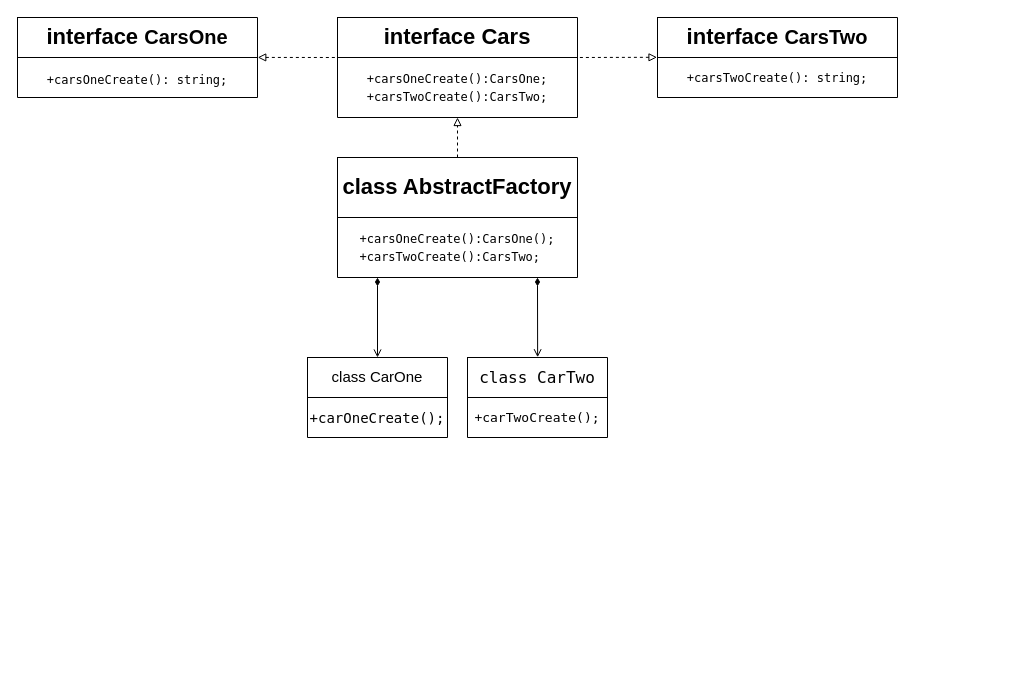
Above: page "AbstractFabric" (2 of 5) of Creational/diagrams/diagram.drawio in kruzhambus/patterns-ts (draw.io), before the change. Source tidied: cells renumbered, new cells numbered last; positions are measured from the earlier drawing's top-left corner, leaving out a move shared by most shapes. Both pictures are drawn from the tidied source at 100%, with x=0, y=0 at pixel (17, 17).
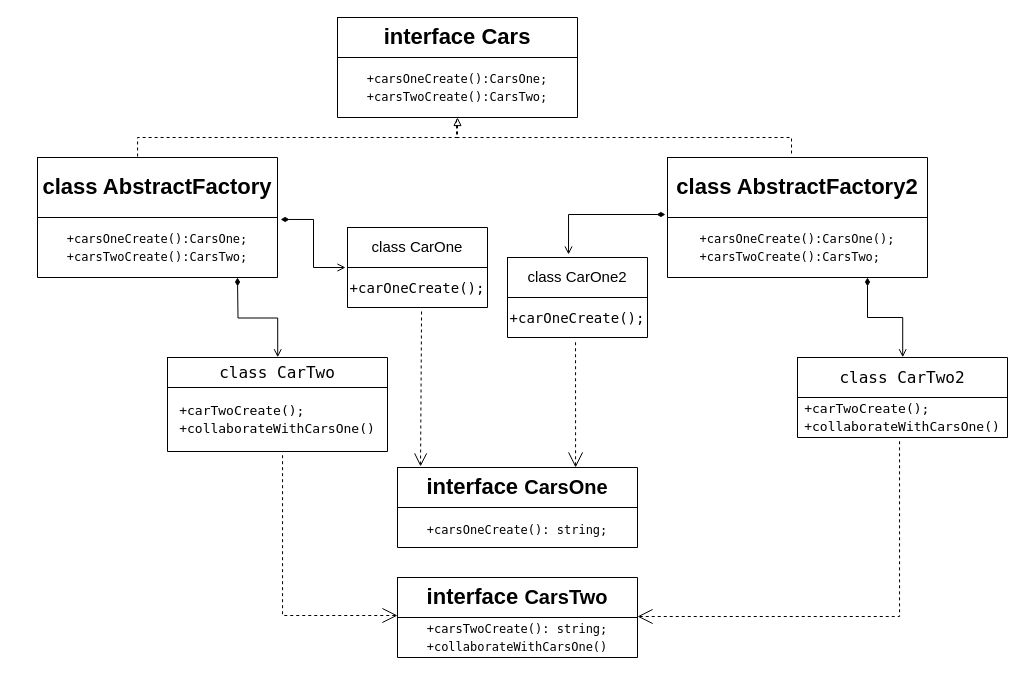
Above is the later version.

Unchanged cells that the change refers to:
```xml
<mxCell id="7" style="shape=partialRectangle;fillColor=none;top=0;left=0;bottom=0;right=0;points=[[0,0.5],[1,0.5]];portConstraint=eastwest;rounded=0;shadow=0;glass=0;sketch=0;" parent="6" vertex="1">
  <mxGeometry width="240" height="40" as="geometry" />
</mxCell>
<mxCell id="9" style="shape=partialRectangle;fillColor=none;top=0;left=0;bottom=0;right=0;points=[[0,0.5],[1,0.5]];portConstraint=eastwest;rounded=0;shadow=0;glass=0;sketch=0;" parent="6" vertex="1">
  <mxGeometry y="40" width="240" height="60" as="geometry" />
</mxCell>
<mxCell id="12" style="shape=partialRectangle;fillColor=none;top=0;left=0;bottom=0;right=0;points=[[0,0.5],[1,0.5]];portConstraint=eastwest;rounded=0;shadow=0;glass=0;sketch=0;fontSize=22;" parent="11" vertex="1">
  <mxGeometry width="240" height="40" as="geometry" />
</mxCell>
<mxCell id="14" style="shape=partialRectangle;fillColor=none;top=0;left=0;bottom=0;right=0;points=[[0,0.5],[1,0.5]];portConstraint=eastwest;rounded=0;shadow=0;glass=0;sketch=0;fontSize=22;" parent="11" vertex="1">
  <mxGeometry y="40" width="240" height="40" as="geometry" />
</mxCell>
<mxCell id="17" style="shape=partialRectangle;fillColor=none;top=0;left=0;bottom=0;right=0;points=[[0,0.5],[1,0.5]];portConstraint=eastwest;rounded=0;shadow=0;glass=0;sketch=0;fontSize=22;" parent="16" vertex="1">
  <mxGeometry width="240" height="40" as="geometry" />
</mxCell>
<mxCell id="19" style="shape=partialRectangle;fillColor=none;top=0;left=0;bottom=0;right=0;rounded=0;shadow=0;glass=0;sketch=0;fontSize=22;" parent="16" vertex="1">
  <mxGeometry y="40" width="240" height="40" as="geometry" />
</mxCell>
<mxCell id="22" style="shape=partialRectangle;fillColor=none;top=0;left=0;bottom=0;right=0;points=[[0,0.5],[1,0.5]];portConstraint=eastwest;rounded=0;shadow=0;glass=0;sketch=0;fontSize=22;" parent="21" vertex="1">
  <mxGeometry width="240" height="60" as="geometry" />
</mxCell>
<mxCell id="24" style="shape=partialRectangle;fillColor=none;top=0;left=0;bottom=0;right=0;points=[[0,0.5],[1,0.5]];portConstraint=eastwest;rounded=0;shadow=0;glass=0;sketch=0;fontSize=22;" parent="21" vertex="1">
  <mxGeometry y="60" width="240" height="60" as="geometry" />
</mxCell>
<mxCell id="29" style="shape=partialRectangle;fillColor=none;top=0;left=0;bottom=0;right=0;points=[[0,0.5],[1,0.5]];portConstraint=eastwest;rounded=0;shadow=0;glass=0;sketch=0;fontFamily=Helvetica;fontSize=17;" parent="26" vertex="1">
  <mxGeometry y="40" width="140" height="40" as="geometry" />
</mxCell>
```

The edit, as a diff of the source:
```diff
@@
-    <mxCell id="2" style="endArrow=none;dashed=1;html=1;rounded=0;fontSize=20;fontColor=#000000;entryX=0.998;entryY=1;entryDx=0;entryDy=0;exitX=-0.002;exitY=0.995;exitDx=0;exitDy=0;exitPerimeter=0;entryPerimeter=0;startArrow=block;startFill=0;" parent="1" edge="1" source="17" target="7">
-      <mxGeometry relative="1" as="geometry" />
-    </mxCell>
-    <mxCell id="3" style="endArrow=none;dashed=1;html=1;rounded=0;fontSize=20;fontColor=#000000;entryX=0.003;entryY=0;entryDx=0;entryDy=0;entryPerimeter=0;startArrow=block;exitX=1.001;exitY=-0.002;exitDx=0;exitDy=0;exitPerimeter=0;endFill=0;startFill=0;" parent="1" edge="1" source="14" target="9">
-      <mxGeometry relative="1" as="geometry" />
-    </mxCell>
-    <mxCell id="4" style="endArrow=block;dashed=1;html=1;rounded=0;fontSize=20;fontColor=#000000;entryX=0.5;entryY=1;entryDx=0;entryDy=0;entryPerimeter=0;endFill=0;" parent="1" edge="1" target="9">
-      <mxGeometry relative="1" as="geometry">
-        <mxPoint x="440" y="140" as="sourcePoint" />
-      </mxGeometry>
+    <mxCell id="4" style="endArrow=block;dashed=1;html=1;rounded=0;fontSize=20;fontColor=#000000;entryX=0.5;entryY=1;entryDx=0;entryDy=0;entryPerimeter=0;endFill=0;exitX=0.417;exitY=-0.017;exitDx=0;exitDy=0;exitPerimeter=0;edgeStyle=orthogonalEdgeStyle;" parent="1" edge="1" source="22" target="9">
+      <mxGeometry relative="1" as="geometry" />
     </mxCell>
-    <mxCell id="5" style="endArrow=open;html=1;rounded=0;fontSize=18;fontColor=#000000;entryX=0.501;entryY=-0.006;entryDx=0;entryDy=0;entryPerimeter=0;endFill=0;startArrow=diamondThin;startFill=1;" parent="1" edge="1" target="32">
+    <mxCell id="5" style="endArrow=open;html=1;rounded=0;fontSize=18;fontColor=#000000;entryX=0.501;entryY=-0.006;entryDx=0;entryDy=0;entryPerimeter=0;endFill=0;startArrow=diamondThin;startFill=1;edgeStyle=orthogonalEdgeStyle;" parent="1" edge="1" target="32">
       <mxGeometry relative="1" as="geometry">
-        <mxPoint x="520" y="260" as="sourcePoint" />
+        <mxPoint x="220" y="260" as="sourcePoint" />
       </mxGeometry>
     </mxCell>
@@
     <mxCell id="11" style="shape=table;startSize=0;childLayout=tableLayout;rounded=0;shadow=0;glass=0;sketch=0;fontSize=22;" parent="1" vertex="1">
-      <mxGeometry width="240" height="80" as="geometry" />
+      <mxGeometry x="380" y="450" width="240" height="80" as="geometry" />
     </mxCell>
@@
     <mxCell id="16" style="shape=table;startSize=0;childLayout=tableLayout;rounded=0;shadow=0;glass=0;sketch=0;fontSize=22;" parent="1" vertex="1">
-      <mxGeometry x="640" width="240" height="80" as="geometry" />
+      <mxGeometry x="380" y="560" width="240" height="80" as="geometry" />
     </mxCell>
@@
-    <mxCell id="20" value="&lt;div style=&quot;background-color: rgb(255 , 255 , 255) ; text-align: left ; font-family: &amp;#34;menlo&amp;#34; , &amp;#34;monaco&amp;#34; , &amp;#34;courier new&amp;#34; , monospace ; font-size: 12px ; line-height: 18px&quot;&gt;+carsTwoCreate(): string;&lt;/div&gt;" style="shape=partialRectangle;html=1;whiteSpace=wrap;overflow=hidden;fillColor=none;top=0;left=0;bottom=0;right=0;rounded=0;shadow=0;glass=0;sketch=0;fontSize=22;" parent="19" vertex="1">
+    <mxCell id="20" value="&lt;div style=&quot;background-color: rgb(255 , 255 , 255) ; text-align: left ; font-family: &amp;#34;menlo&amp;#34; , &amp;#34;monaco&amp;#34; , &amp;#34;courier new&amp;#34; , monospace ; font-size: 12px ; line-height: 18px&quot;&gt;+carsTwoCreate(): string;&lt;/div&gt;&lt;div style=&quot;background-color: rgb(255 , 255 , 255) ; text-align: left ; font-family: &amp;#34;menlo&amp;#34; , &amp;#34;monaco&amp;#34; , &amp;#34;courier new&amp;#34; , monospace ; font-size: 12px ; line-height: 18px&quot;&gt;+collaborateWithCarsOne()&lt;/div&gt;" style="shape=partialRectangle;html=1;whiteSpace=wrap;overflow=hidden;fillColor=none;top=0;left=0;bottom=0;right=0;rounded=0;shadow=0;glass=0;sketch=0;fontSize=22;" parent="19" vertex="1">
       <mxGeometry width="240" height="40" as="geometry" />
     </mxCell>
     <mxCell id="21" style="shape=table;startSize=0;childLayout=tableLayout;rounded=0;shadow=0;glass=0;sketch=0;fontSize=22;" parent="1" vertex="1">
-      <mxGeometry x="320" y="140" width="240" height="120" as="geometry" />
+      <mxGeometry x="20" y="140" width="240" height="120" as="geometry" />
     </mxCell>
@@
-    <mxCell id="25" value="&lt;div style=&quot;background-color: rgb(255 , 255 , 255) ; text-align: left ; font-family: &amp;#34;menlo&amp;#34; , &amp;#34;monaco&amp;#34; , &amp;#34;courier new&amp;#34; , monospace ; font-size: 12px ; line-height: 18px&quot;&gt;+carsOneCreate():CarsOne();&lt;/div&gt;&lt;div style=&quot;background-color: rgb(255 , 255 , 255) ; text-align: left ; font-family: &amp;#34;menlo&amp;#34; , &amp;#34;monaco&amp;#34; , &amp;#34;courier new&amp;#34; , monospace ; font-size: 12px ; line-height: 18px&quot;&gt;+carsTwoCreate():CarsTwo;&lt;/div&gt;" style="shape=partialRectangle;html=1;whiteSpace=wrap;overflow=hidden;fillColor=none;top=0;left=0;bottom=0;right=0;rounded=0;shadow=0;glass=0;sketch=0;fontSize=22;" parent="24" vertex="1">
+    <mxCell id="25" value="&lt;div style=&quot;background-color: rgb(255 , 255 , 255) ; text-align: left ; font-family: &amp;#34;menlo&amp;#34; , &amp;#34;monaco&amp;#34; , &amp;#34;courier new&amp;#34; , monospace ; font-size: 12px ; line-height: 18px&quot;&gt;+carsOneCreate():CarsOne;&lt;/div&gt;&lt;div style=&quot;background-color: rgb(255 , 255 , 255) ; text-align: left ; font-family: &amp;#34;menlo&amp;#34; , &amp;#34;monaco&amp;#34; , &amp;#34;courier new&amp;#34; , monospace ; font-size: 12px ; line-height: 18px&quot;&gt;+carsTwoCreate():CarsTwo;&lt;/div&gt;" style="shape=partialRectangle;html=1;whiteSpace=wrap;overflow=hidden;fillColor=none;top=0;left=0;bottom=0;right=0;rounded=0;shadow=0;glass=0;sketch=0;fontSize=22;" parent="24" vertex="1">
       <mxGeometry width="240" height="60" as="geometry" />
     </mxCell>
     <mxCell id="26" style="shape=table;startSize=0;childLayout=tableLayout;rounded=0;shadow=0;glass=0;sketch=0;fontFamily=Helvetica;fontSize=17;" parent="1" vertex="1">
-      <mxGeometry x="290" y="340" width="140" height="80" as="geometry" />
+      <mxGeometry x="330" y="210" width="140" height="80" as="geometry" />
     </mxCell>
@@
     <mxCell id="31" style="shape=table;startSize=0;childLayout=tableLayout;rounded=0;shadow=0;glass=0;sketch=0;fontFamily=Helvetica;fontSize=17;" parent="1" vertex="1">
-      <mxGeometry x="450" y="340" width="140" height="80" as="geometry" />
+      <mxGeometry x="150" y="340" width="220" height="94" as="geometry" />
     </mxCell>
     <mxCell id="32" style="shape=partialRectangle;fillColor=none;top=0;left=0;bottom=0;right=0;points=[[0,0.5],[1,0.5]];portConstraint=eastwest;rounded=0;shadow=0;glass=0;sketch=0;fontFamily=Helvetica;fontSize=17;" parent="31" vertex="1">
-      <mxGeometry width="140" height="40" as="geometry" />
+      <mxGeometry width="220" height="30" as="geometry" />
     </mxCell>
     <mxCell id="33" value="&lt;font face=&quot;menlo, monaco, courier new, monospace&quot;&gt;&lt;span style=&quot;font-size: 16px&quot;&gt;class CarTwo&lt;/span&gt;&lt;/font&gt;" style="shape=partialRectangle;html=1;whiteSpace=wrap;overflow=hidden;fillColor=none;top=0;left=0;bottom=0;right=0;rounded=0;shadow=0;glass=0;sketch=0;fontFamily=Helvetica;fontSize=17;" parent="32" vertex="1">
-      <mxGeometry width="140" height="40" as="geometry" />
+      <mxGeometry width="220" height="30" as="geometry" />
     </mxCell>
     <mxCell id="34" style="shape=partialRectangle;fillColor=none;top=0;left=0;bottom=0;right=0;points=[[0,0.5],[1,0.5]];portConstraint=eastwest;rounded=0;shadow=0;glass=0;sketch=0;fontFamily=Helvetica;fontSize=17;" parent="31" vertex="1">
-      <mxGeometry y="40" width="140" height="40" as="geometry" />
+      <mxGeometry y="30" width="220" height="64" as="geometry" />
     </mxCell>
-    <mxCell id="35" value="&lt;div style=&quot;background-color: rgb(255 , 255 , 255) ; text-align: left ; font-family: &amp;#34;menlo&amp;#34; , &amp;#34;monaco&amp;#34; , &amp;#34;courier new&amp;#34; , monospace ; line-height: 18px ; font-size: 13px&quot;&gt;+carTwoCreate();&lt;/div&gt;" style="shape=partialRectangle;html=1;whiteSpace=wrap;overflow=hidden;fillColor=none;top=0;left=0;bottom=0;right=0;rounded=0;shadow=0;glass=0;sketch=0;fontFamily=Helvetica;fontSize=17;" parent="34" vertex="1">
-      <mxGeometry width="140" height="40" as="geometry" />
+    <mxCell id="35" value="&lt;div style=&quot;background-color: rgb(255 , 255 , 255) ; text-align: left ; font-family: &amp;#34;menlo&amp;#34; , &amp;#34;monaco&amp;#34; , &amp;#34;courier new&amp;#34; , monospace ; line-height: 18px ; font-size: 13px&quot;&gt;+carTwoCreate();&lt;/div&gt;&lt;div style=&quot;background-color: rgb(255 , 255 , 255) ; text-align: left ; font-family: &amp;#34;menlo&amp;#34; , &amp;#34;monaco&amp;#34; , &amp;#34;courier new&amp;#34; , monospace ; line-height: 18px ; font-size: 13px&quot;&gt;+collaborateWithCarsOne()&lt;/div&gt;" style="shape=partialRectangle;html=1;whiteSpace=wrap;overflow=hidden;fillColor=none;top=0;left=0;bottom=0;right=0;rounded=0;shadow=0;glass=0;sketch=0;fontFamily=Helvetica;fontSize=17;" parent="34" vertex="1">
+      <mxGeometry width="220" height="64" as="geometry" />
     </mxCell>
-    <mxCell id="36" style="endArrow=open;html=1;rounded=0;fontFamily=Helvetica;fontSize=14;endFill=0;startArrow=diamondThin;startFill=1;" parent="1" edge="1">
-      <mxGeometry relative="1" as="geometry">
-        <mxPoint x="360" y="260" as="sourcePoint" />
-        <mxPoint x="360" y="340" as="targetPoint" />
-      </mxGeometry>
+    <mxCell id="36" style="endArrow=open;html=1;rounded=0;fontFamily=Helvetica;fontSize=14;endFill=0;startArrow=diamondThin;startFill=1;exitX=1.013;exitY=0.033;exitDx=0;exitDy=0;exitPerimeter=0;entryX=-0.014;entryY=0;entryDx=0;entryDy=0;entryPerimeter=0;edgeStyle=elbowEdgeStyle;" parent="1" edge="1" source="24" target="29">
+      <mxGeometry relative="1" as="geometry" />
     </mxCell>
+    <mxCell id="37" style="endArrow=open;html=1;rounded=0;fontSize=18;fontColor=#000000;entryX=0.501;entryY=-0.006;entryDx=0;entryDy=0;entryPerimeter=0;endFill=0;startArrow=diamondThin;startFill=1;edgeStyle=elbowEdgeStyle;elbow=vertical;" parent="1" edge="1" target="49">
+      <mxGeometry relative="1" as="geometry">
+        <mxPoint x="850" y="260" as="sourcePoint" />
+      </mxGeometry>
+    </mxCell>
+    <mxCell id="38" style="shape=table;startSize=0;childLayout=tableLayout;rounded=0;shadow=0;glass=0;sketch=0;fontSize=22;" parent="1" vertex="1">
+      <mxGeometry x="650" y="140" width="260" height="120" as="geometry" />
+    </mxCell>
+    <mxCell id="39" style="shape=partialRectangle;fillColor=none;top=0;left=0;bottom=0;right=0;points=[[0,0.5],[1,0.5]];portConstraint=eastwest;rounded=0;shadow=0;glass=0;sketch=0;fontSize=22;" parent="38" vertex="1">
+      <mxGeometry width="260" height="60" as="geometry" />
+    </mxCell>
+    <mxCell id="40" value="&lt;b&gt;class AbstractFactory2&lt;/b&gt;" style="shape=partialRectangle;html=1;whiteSpace=wrap;overflow=hidden;fillColor=none;top=0;left=0;bottom=0;right=0;rounded=0;shadow=0;glass=0;sketch=0;fontSize=22;" parent="39" vertex="1">
+      <mxGeometry width="260" height="60" as="geometry" />
+    </mxCell>
+    <mxCell id="41" style="shape=partialRectangle;fillColor=none;top=0;left=0;bottom=0;right=0;points=[[0,0.5],[1,0.5]];portConstraint=eastwest;rounded=0;shadow=0;glass=0;sketch=0;fontSize=22;" parent="38" vertex="1">
+      <mxGeometry y="60" width="260" height="60" as="geometry" />
+    </mxCell>
+    <mxCell id="42" value="&lt;div style=&quot;background-color: rgb(255 , 255 , 255) ; text-align: left ; font-family: &amp;#34;menlo&amp;#34; , &amp;#34;monaco&amp;#34; , &amp;#34;courier new&amp;#34; , monospace ; font-size: 12px ; line-height: 18px&quot;&gt;+carsOneCreate():CarsOne();&lt;/div&gt;&lt;div style=&quot;background-color: rgb(255 , 255 , 255) ; text-align: left ; font-family: &amp;#34;menlo&amp;#34; , &amp;#34;monaco&amp;#34; , &amp;#34;courier new&amp;#34; , monospace ; font-size: 12px ; line-height: 18px&quot;&gt;+carsTwoCreate():CarsTwo;&lt;/div&gt;" style="shape=partialRectangle;html=1;whiteSpace=wrap;overflow=hidden;fillColor=none;top=0;left=0;bottom=0;right=0;rounded=0;shadow=0;glass=0;sketch=0;fontSize=22;" parent="41" vertex="1">
+      <mxGeometry width="260" height="60" as="geometry" />
+    </mxCell>
+    <mxCell id="43" style="shape=table;startSize=0;childLayout=tableLayout;rounded=0;shadow=0;glass=0;sketch=0;fontFamily=Helvetica;fontSize=17;" parent="1" vertex="1">
+      <mxGeometry x="490" y="240" width="140" height="80" as="geometry" />
+    </mxCell>
+    <mxCell id="44" style="shape=partialRectangle;fillColor=none;top=0;left=0;bottom=0;right=0;points=[[0,0.5],[1,0.5]];portConstraint=eastwest;rounded=0;shadow=0;glass=0;sketch=0;fontFamily=Helvetica;fontSize=17;" parent="43" vertex="1">
+      <mxGeometry width="140" height="40" as="geometry" />
+    </mxCell>
+    <mxCell id="45" value="&lt;span style=&quot;font-size: 15px&quot;&gt;class CarOne2&lt;/span&gt;" style="shape=partialRectangle;html=1;whiteSpace=wrap;overflow=hidden;fillColor=none;top=0;left=0;bottom=0;right=0;rounded=0;shadow=0;glass=0;sketch=0;fontFamily=Helvetica;fontSize=17;" parent="44" vertex="1">
+      <mxGeometry width="140" height="40" as="geometry" />
+    </mxCell>
+    <mxCell id="46" style="shape=partialRectangle;fillColor=none;top=0;left=0;bottom=0;right=0;points=[[0,0.5],[1,0.5]];portConstraint=eastwest;rounded=0;shadow=0;glass=0;sketch=0;fontFamily=Helvetica;fontSize=17;" parent="43" vertex="1">
+      <mxGeometry y="40" width="140" height="40" as="geometry" />
+    </mxCell>
+    <mxCell id="47" value="&lt;font face=&quot;menlo, monaco, courier new, monospace&quot;&gt;&lt;span style=&quot;font-size: 14px&quot;&gt;+carOneCreate();&lt;/span&gt;&lt;/font&gt;" style="shape=partialRectangle;html=1;whiteSpace=wrap;overflow=hidden;fillColor=none;top=0;left=0;bottom=0;right=0;rounded=0;shadow=0;glass=0;sketch=0;fontFamily=Helvetica;fontSize=17;" parent="46" vertex="1">
+      <mxGeometry width="140" height="40" as="geometry" />
+    </mxCell>
+    <mxCell id="48" style="shape=table;startSize=0;childLayout=tableLayout;rounded=0;shadow=0;glass=0;sketch=0;fontFamily=Helvetica;fontSize=17;" parent="1" vertex="1">
+      <mxGeometry x="780" y="340" width="210" height="80" as="geometry" />
+    </mxCell>
+    <mxCell id="49" style="shape=partialRectangle;fillColor=none;top=0;left=0;bottom=0;right=0;points=[[0,0.5],[1,0.5]];portConstraint=eastwest;rounded=0;shadow=0;glass=0;sketch=0;fontFamily=Helvetica;fontSize=17;" parent="48" vertex="1">
+      <mxGeometry width="210" height="40" as="geometry" />
+    </mxCell>
+    <mxCell id="50" value="&lt;font face=&quot;menlo, monaco, courier new, monospace&quot;&gt;&lt;span style=&quot;font-size: 16px&quot;&gt;class CarTwo2&lt;/span&gt;&lt;/font&gt;" style="shape=partialRectangle;html=1;whiteSpace=wrap;overflow=hidden;fillColor=none;top=0;left=0;bottom=0;right=0;rounded=0;shadow=0;glass=0;sketch=0;fontFamily=Helvetica;fontSize=17;" parent="49" vertex="1">
+      <mxGeometry width="210" height="40" as="geometry" />
+    </mxCell>
+    <mxCell id="51" style="shape=partialRectangle;fillColor=none;top=0;left=0;bottom=0;right=0;points=[[0,0.5],[1,0.5]];portConstraint=eastwest;rounded=0;shadow=0;glass=0;sketch=0;fontFamily=Helvetica;fontSize=17;" parent="48" vertex="1">
+      <mxGeometry y="40" width="210" height="40" as="geometry" />
+    </mxCell>
+    <mxCell id="52" value="&lt;div style=&quot;background-color: rgb(255 , 255 , 255) ; text-align: left ; font-family: &amp;#34;menlo&amp;#34; , &amp;#34;monaco&amp;#34; , &amp;#34;courier new&amp;#34; , monospace ; line-height: 18px ; font-size: 13px&quot;&gt;+carTwoCreate();&lt;/div&gt;&lt;div style=&quot;background-color: rgb(255 , 255 , 255) ; text-align: left ; font-family: &amp;#34;menlo&amp;#34; , &amp;#34;monaco&amp;#34; , &amp;#34;courier new&amp;#34; , monospace ; line-height: 18px ; font-size: 13px&quot;&gt;+collaborateWithCarsOne()&lt;br&gt;&lt;/div&gt;" style="shape=partialRectangle;html=1;whiteSpace=wrap;overflow=hidden;fillColor=none;top=0;left=0;bottom=0;right=0;rounded=0;shadow=0;glass=0;sketch=0;fontFamily=Helvetica;fontSize=17;" parent="51" vertex="1">
+      <mxGeometry width="210" height="40" as="geometry" />
+    </mxCell>
+    <mxCell id="53" style="endArrow=open;html=1;rounded=0;fontFamily=Helvetica;fontSize=14;endFill=0;startArrow=diamondThin;startFill=1;exitX=-0.008;exitY=-0.05;exitDx=0;exitDy=0;exitPerimeter=0;entryX=0.436;entryY=-0.075;entryDx=0;entryDy=0;entryPerimeter=0;edgeStyle=elbowEdgeStyle;elbow=vertical;" parent="1" edge="1" source="41" target="44">
+      <mxGeometry relative="1" as="geometry">
+        <Array as="points">
+          <mxPoint x="600" y="197" />
+          <mxPoint x="600" y="180" />
+          <mxPoint x="600" y="197" />
+        </Array>
+      </mxGeometry>
+    </mxCell>
+    <mxCell id="54" style="endArrow=none;html=1;rounded=0;dashed=1;fontSize=19;startSize=13;endSize=11;targetPerimeterSpacing=0;strokeWidth=1;elbow=vertical;exitX=0.496;exitY=1.033;exitDx=0;exitDy=0;exitPerimeter=0;entryX=0.477;entryY=-0.017;entryDx=0;entryDy=0;entryPerimeter=0;edgeStyle=elbowEdgeStyle;" parent="1" edge="1" source="9" target="39">
+      <mxGeometry relative="1" as="geometry" />
+    </mxCell>
+    <mxCell id="55" style="endArrow=none;html=1;rounded=0;dashed=1;fontSize=19;startSize=13;endSize=11;targetPerimeterSpacing=0;strokeWidth=1;entryX=0.523;entryY=1.031;entryDx=0;entryDy=0;entryPerimeter=0;edgeStyle=elbowEdgeStyle;elbow=vertical;startArrow=open;startFill=0;" parent="1" edge="1" target="34">
+      <mxGeometry relative="1" as="geometry">
+        <mxPoint x="380" y="598" as="sourcePoint" />
+        <Array as="points">
+          <mxPoint x="330" y="598" />
+        </Array>
+      </mxGeometry>
+    </mxCell>
+    <mxCell id="56" style="endArrow=none;html=1;rounded=0;dashed=1;fontSize=19;startSize=13;endSize=11;targetPerimeterSpacing=0;strokeWidth=1;entryX=0.486;entryY=1.025;entryDx=0;entryDy=0;entryPerimeter=0;edgeStyle=elbowEdgeStyle;elbow=vertical;startArrow=open;startFill=0;" parent="1" edge="1" target="51">
+      <mxGeometry relative="1" as="geometry">
+        <mxPoint x="620" y="599" as="sourcePoint" />
+        <Array as="points">
+          <mxPoint x="650" y="599" />
+          <mxPoint x="904.9" y="592" />
+        </Array>
+      </mxGeometry>
+    </mxCell>
+    <mxCell id="57" style="endArrow=open;html=1;rounded=0;dashed=1;fontSize=19;startSize=13;endSize=11;targetPerimeterSpacing=0;strokeWidth=1;elbow=vertical;exitX=0.529;exitY=1.1;exitDx=0;exitDy=0;exitPerimeter=0;entryX=0.096;entryY=-0.025;entryDx=0;entryDy=0;entryPerimeter=0;startArrow=none;startFill=0;endFill=0;" parent="1" edge="1" source="29" target="12">
+      <mxGeometry relative="1" as="geometry" />
+    </mxCell>
+    <mxCell id="58" style="endArrow=none;html=1;rounded=0;dashed=1;fontSize=19;startSize=13;endSize=11;targetPerimeterSpacing=0;strokeWidth=1;elbow=vertical;entryX=0.486;entryY=1.1;entryDx=0;entryDy=0;entryPerimeter=0;exitX=0.742;exitY=0;exitDx=0;exitDy=0;exitPerimeter=0;endFill=0;startArrow=open;startFill=0;" parent="1" edge="1" source="12" target="46">
+      <mxGeometry relative="1" as="geometry" />
+    </mxCell>
```
